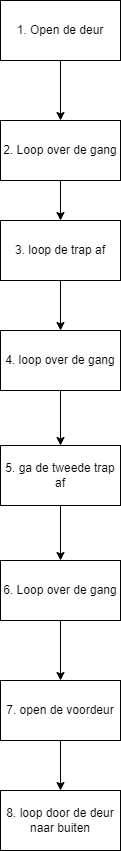
Earlier version of the draw.io export psd/PSD Opdracht 1.png (Stef-L-021/educom-essentials-1667376708). Source tidied: cells renumbered, new cells last; positions are measured from the earlier drawing's top-left corner, leaving out a move shared by most shapes.
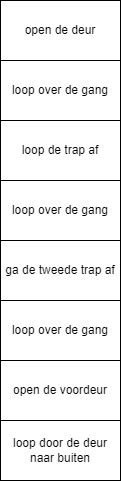
The same diagram one commit later.

Commit message:
PSD opdracht 1 bijgewerkt (#8)

What changed in the source:
```diff
@@ -2,50 +2,29 @@
   <root>
     <mxCell id="0" />
     <mxCell id="1" parent="0" />
-    <mxCell id="2" style="edgeStyle=none;html=1;entryX=0.5;entryY=0;entryDx=0;entryDy=0;" parent="1" edge="1" source="3" target="5">
-      <mxGeometry relative="1" as="geometry" />
-    </mxCell>
-    <mxCell id="3" value="1. Open de deur" style="rounded=0;whiteSpace=wrap;html=1;" parent="1" vertex="1">
+    <mxCell id="3" value="open de deur" style="rounded=0;whiteSpace=wrap;html=1;" parent="1" vertex="1">
       <mxGeometry width="120" height="60" as="geometry" />
     </mxCell>
-    <mxCell id="4" style="edgeStyle=none;html=1;" parent="1" edge="1" source="5" target="7">
-      <mxGeometry relative="1" as="geometry" />
-    </mxCell>
-    <mxCell id="5" value="2. Loop over de gang" style="rounded=0;whiteSpace=wrap;html=1;" parent="1" vertex="1">
-      <mxGeometry y="120" width="120" height="60" as="geometry" />
+    <mxCell id="5" value="loop over de gang" style="rounded=0;whiteSpace=wrap;html=1;" parent="1" vertex="1">
+      <mxGeometry y="60" width="120" height="60" as="geometry" />
     </mxCell>
-    <mxCell id="6" style="edgeStyle=none;html=1;" parent="1" edge="1" source="7" target="9">
-      <mxGeometry relative="1" as="geometry" />
-    </mxCell>
-    <mxCell id="7" value="3. loop de trap af" style="rounded=0;whiteSpace=wrap;html=1;" parent="1" vertex="1">
-      <mxGeometry y="220" width="120" height="60" as="geometry" />
+    <mxCell id="7" value="loop de trap af" style="rounded=0;whiteSpace=wrap;html=1;" parent="1" vertex="1">
+      <mxGeometry y="120" width="120" height="60" as="geometry" />
     </mxCell>
-    <mxCell id="8" style="edgeStyle=none;html=1;entryX=0.5;entryY=0;entryDx=0;entryDy=0;" parent="1" edge="1" source="9" target="11">
-      <mxGeometry relative="1" as="geometry" />
-    </mxCell>
-    <mxCell id="9" value="4. loop over de gang" style="rounded=0;whiteSpace=wrap;html=1;" parent="1" vertex="1">
-      <mxGeometry y="330" width="120" height="60" as="geometry" />
+    <mxCell id="9" value="loop over de gang" style="rounded=0;whiteSpace=wrap;html=1;" parent="1" vertex="1">
+      <mxGeometry y="180" width="120" height="60" as="geometry" />
     </mxCell>
-    <mxCell id="10" style="edgeStyle=none;html=1;entryX=0.5;entryY=0;entryDx=0;entryDy=0;" parent="1" edge="1" source="11" target="13">
-      <mxGeometry relative="1" as="geometry" />
-    </mxCell>
-    <mxCell id="11" value="5. ga de tweede trap af" style="rounded=0;whiteSpace=wrap;html=1;" parent="1" vertex="1">
-      <mxGeometry y="445" width="120" height="60" as="geometry" />
+    <mxCell id="11" value="ga de tweede trap af" style="rounded=0;whiteSpace=wrap;html=1;" parent="1" vertex="1">
+      <mxGeometry y="240" width="120" height="60" as="geometry" />
     </mxCell>
-    <mxCell id="12" style="edgeStyle=none;html=1;" parent="1" edge="1" source="13" target="15">
-      <mxGeometry relative="1" as="geometry" />
-    </mxCell>
-    <mxCell id="13" value="6. Loop over de gang" style="rounded=0;whiteSpace=wrap;html=1;" parent="1" vertex="1">
-      <mxGeometry y="560" width="120" height="60" as="geometry" />
+    <mxCell id="13" value="loop over de gang" style="rounded=0;whiteSpace=wrap;html=1;" parent="1" vertex="1">
+      <mxGeometry y="300" width="120" height="60" as="geometry" />
     </mxCell>
-    <mxCell id="14" style="edgeStyle=none;html=1;entryX=0.5;entryY=0;entryDx=0;entryDy=0;" parent="1" edge="1" source="15" target="16">
-      <mxGeometry relative="1" as="geometry" />
-    </mxCell>
-    <mxCell id="15" value="7. open de voordeur" style="rounded=0;whiteSpace=wrap;html=1;" parent="1" vertex="1">
-      <mxGeometry y="680" width="120" height="60" as="geometry" />
+    <mxCell id="15" value="open de voordeur" style="rounded=0;whiteSpace=wrap;html=1;" parent="1" vertex="1">
+      <mxGeometry y="360" width="120" height="60" as="geometry" />
     </mxCell>
-    <mxCell id="16" value="8. loop door de deur naar buiten" style="rounded=0;whiteSpace=wrap;html=1;" parent="1" vertex="1">
-      <mxGeometry y="790" width="120" height="60" as="geometry" />
+    <mxCell id="16" value="loop door de deur naar buiten" style="rounded=0;whiteSpace=wrap;html=1;" parent="1" vertex="1">
+      <mxGeometry y="420" width="120" height="60" as="geometry" />
     </mxCell>
   </root>
 </mxGraphModel>
```
